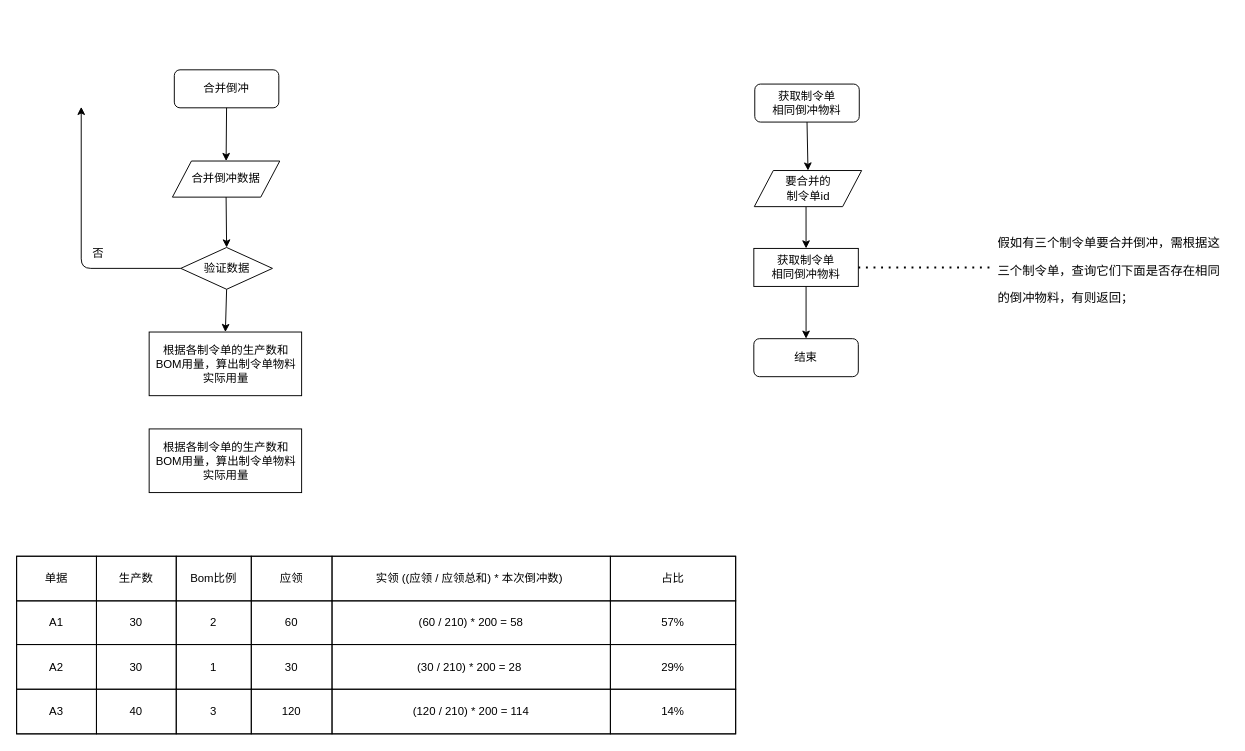
The draw.io diagram page "制令单合并倒冲" (3 of 3) of 青岛协创.drawio in KNAI-I/test, before the edit. Source tidied: cells renumbered, new cells numbered last; positions are measured from the earlier drawing's top-left corner, leaving out a move shared by most shapes. Both pictures are drawn from the tidied source at 95%, with x=0, y=0 at pixel (16, 69).
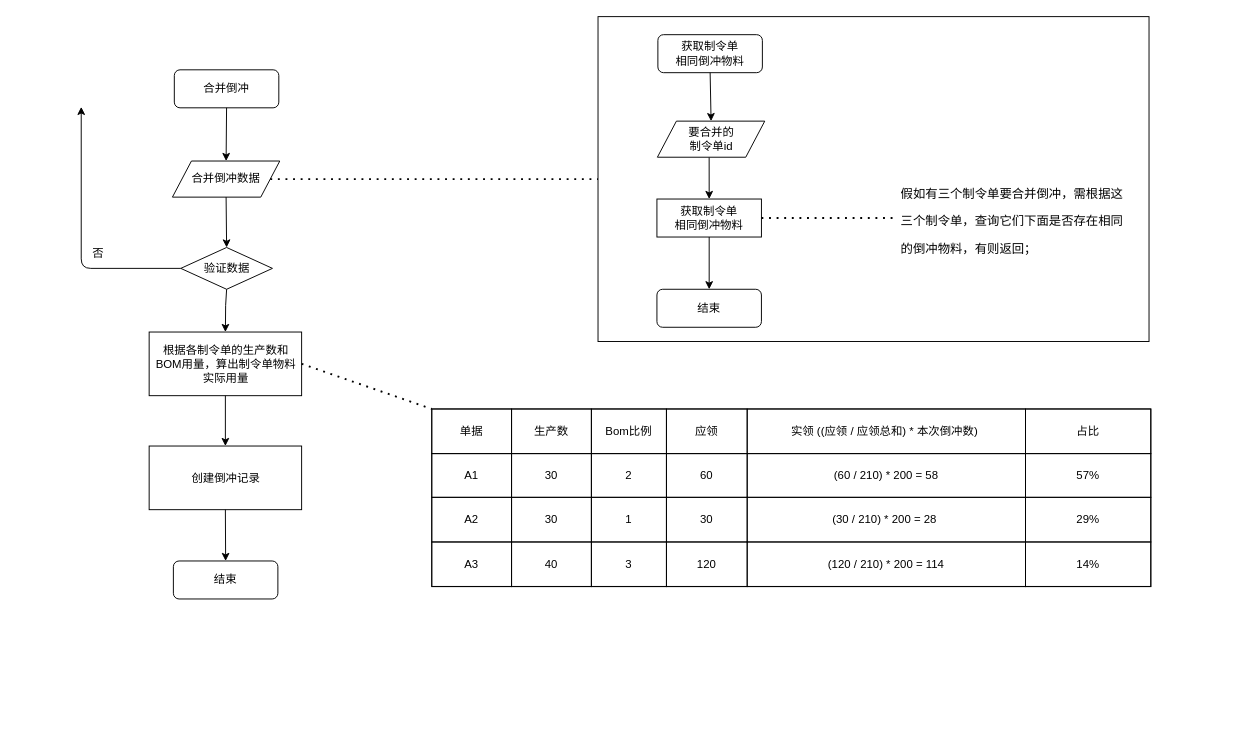
After the change.

Commit message (it also covers changes not shown here):
更新青岛协创.drawio

Unchanged cells that the change refers to:
```xml
<mxCell id="11" value="合并倒冲数据" style="shape=parallelogram;perimeter=parallelogramPerimeter;whiteSpace=wrap;html=1;fixedSize=1;" parent="1" vertex="1">
  <mxGeometry x="164" y="96" width="113" height="38" as="geometry" />
</mxCell>
<mxCell id="14" value="验证数据" style="rhombus;whiteSpace=wrap;html=1;" parent="1" vertex="1">
  <mxGeometry x="172.8" y="187" width="96.5" height="44" as="geometry" />
</mxCell>
<mxCell id="18" value="根据各制令单的生产数和BOM用量，算出制令单物料实际用量" style="rounded=0;whiteSpace=wrap;html=1;" parent="1" vertex="1">
  <mxGeometry x="139.5" y="276" width="160.5" height="67" as="geometry" />
</mxCell>
<mxCell id="21" style="shape=tableRow;horizontal=0;startSize=0;swimlaneHead=0;swimlaneBody=0;top=0;left=0;bottom=0;right=0;fontStyle=0;fillColor=none;strokeColor=inherit;" parent="20" vertex="1">
  <mxGeometry width="756.8" height="47" as="geometry" />
</mxCell>
```

Change to the diagram source:
```diff
@@
+    <mxCell id="50" style="rounded=0;whiteSpace=wrap;html=1;" parent="1" vertex="1">
+      <mxGeometry x="612" y="-56" width="580" height="342" as="geometry" />
+    </mxCell>
     <mxCell id="2" value="获取制令单&lt;br style=&quot;border-color: var(--border-color);&quot;&gt;相同倒冲物料" style="rounded=1;whiteSpace=wrap;html=1;" parent="1" vertex="1">
-      <mxGeometry x="777" y="15" width="110" height="40" as="geometry" />
+      <mxGeometry x="675" y="-37" width="110" height="40" as="geometry" />
     </mxCell>
     <mxCell id="3" value="获取制令单&lt;br&gt;相同倒冲物料" style="rounded=0;whiteSpace=wrap;html=1;" parent="1" vertex="1">
-      <mxGeometry x="776" y="188" width="110" height="40" as="geometry" />
+      <mxGeometry x="674" y="136" width="110" height="40" as="geometry" />
     </mxCell>
@@
     <mxCell id="6" value="要合并的&lt;br&gt;制令单id" style="shape=parallelogram;perimeter=parallelogramPerimeter;whiteSpace=wrap;html=1;fixedSize=1;" parent="1" vertex="1">
-      <mxGeometry x="776.5" y="106" width="113" height="38" as="geometry" />
+      <mxGeometry x="674.5" y="54" width="113" height="38" as="geometry" />
     </mxCell>
@@
     <mxCell id="9" value="结束" style="rounded=1;whiteSpace=wrap;html=1;" parent="1" vertex="1">
-      <mxGeometry x="776" y="283" width="110" height="40" as="geometry" />
+      <mxGeometry x="674" y="231" width="110" height="40" as="geometry" />
     </mxCell>
@@
     <mxCell id="12" value="&lt;h1&gt;&lt;span style=&quot;font-size: 13px; background-color: initial; font-weight: normal;&quot;&gt;假如有三个制令单要合并倒冲，需根据这三个制令单，查询它们下面是否存在相同的倒冲物料，有则返回；&lt;/span&gt;&lt;br&gt;&lt;/h1&gt;" style="text;html=1;strokeColor=none;fillColor=none;spacing=5;spacingTop=-20;whiteSpace=wrap;overflow=hidden;rounded=0;" parent="1" vertex="1">
-      <mxGeometry x="1028" y="159" width="248" height="98" as="geometry" />
+      <mxGeometry x="926" y="107" width="248" height="98" as="geometry" />
     </mxCell>
@@
     <mxCell id="19" style="endArrow=classic;html=1;rounded=0;exitX=0.5;exitY=1;exitDx=0;exitDy=0;entryX=0.5;entryY=0;entryDx=0;entryDy=0;" parent="1" edge="1" source="14" target="18">
-      <mxGeometry relative="1" as="geometry" />
+      <mxGeometry relative="1" as="geometry">
+        <Array as="points">
+          <mxPoint x="220" y="248" />
+        </Array>
+      </mxGeometry>
     </mxCell>
     <mxCell id="20" style="childLayout=tableLayout;shadow=0;fillColor=none;" parent="1" vertex="1">
-      <mxGeometry y="512" width="756.8" height="187" as="geometry" />
+      <mxGeometry x="437" y="357" width="756.8" height="186.8" as="geometry" />
     </mxCell>
@@
-    <mxCell id="49" value="根据各制令单的生产数和BOM用量，算出制令单物料实际用量" style="rounded=0;whiteSpace=wrap;html=1;" parent="1" vertex="1">
-      <mxGeometry x="139.5" y="378" width="160.5" height="67" as="geometry" />
+    <mxCell id="49" value="创建倒冲记录" style="rounded=0;whiteSpace=wrap;html=1;" parent="1" vertex="1">
+      <mxGeometry x="139.5" y="396" width="160.5" height="67" as="geometry" />
     </mxCell>
+    <mxCell id="51" style="endArrow=classic;html=1;rounded=0;exitX=0.5;exitY=1;exitDx=0;exitDy=0;entryX=0.5;entryY=0;entryDx=0;entryDy=0;" parent="1" edge="1" source="18" target="49">
+      <mxGeometry relative="1" as="geometry" />
+    </mxCell>
+    <mxCell id="52" value="结束" style="rounded=1;whiteSpace=wrap;html=1;" parent="1" vertex="1">
+      <mxGeometry x="165" y="517" width="110" height="40" as="geometry" />
+    </mxCell>
+    <mxCell id="53" style="endArrow=classic;html=1;rounded=0;exitX=0.5;exitY=1;exitDx=0;exitDy=0;entryX=0.5;entryY=0;entryDx=0;entryDy=0;" parent="1" edge="1" source="49" target="52">
+      <mxGeometry relative="1" as="geometry" />
+    </mxCell>
+    <mxCell id="54" style="endArrow=none;dashed=1;html=1;dashPattern=1 3;strokeWidth=2;rounded=0;entryX=0;entryY=0.5;entryDx=0;entryDy=0;exitX=1;exitY=0.5;exitDx=0;exitDy=0;" parent="1" edge="1" source="11" target="50">
+      <mxGeometry relative="1" as="geometry" />
+    </mxCell>
+    <mxCell id="55" style="endArrow=none;dashed=1;html=1;dashPattern=1 3;strokeWidth=2;rounded=0;entryX=0;entryY=0;entryDx=0;entryDy=0;exitX=1;exitY=0.5;exitDx=0;exitDy=0;" parent="1" edge="1" source="18" target="21">
+      <mxGeometry relative="1" as="geometry" />
+    </mxCell>
```
